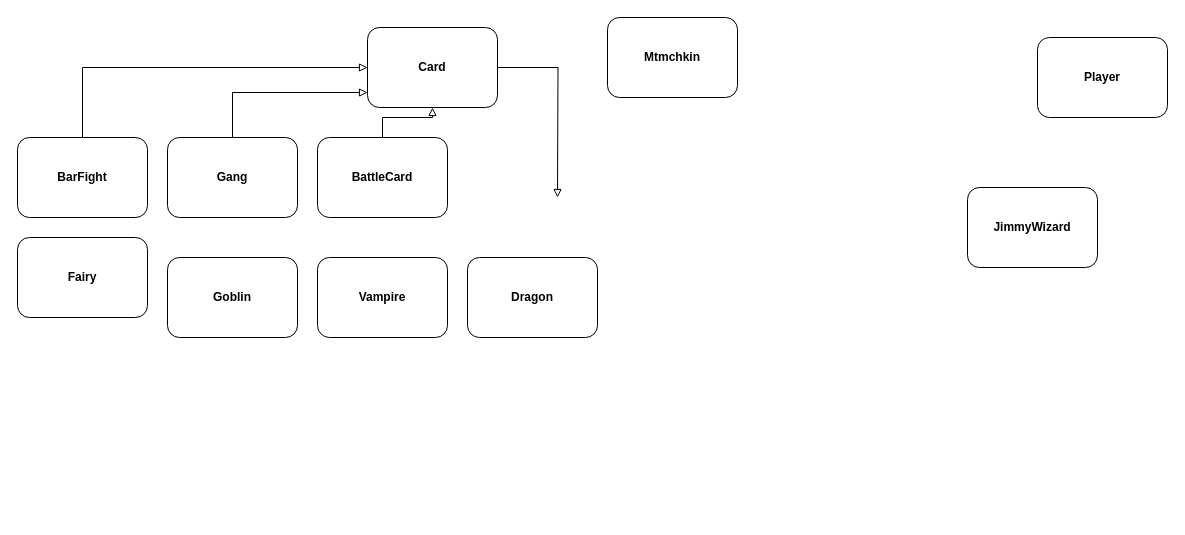
davidplo4545/MatamEx4 keeps this draw.io diagram as Untitled Diagram.drawio. Above is the earlier version. Source tidied: cells renumbered, new cells numbered last; positions are measured from the earlier drawing's top-left corner, leaving out a move shared by most shapes. Both pictures are drawn from the tidied source at 100%, with x=0, y=0 at pixel (17, 17).
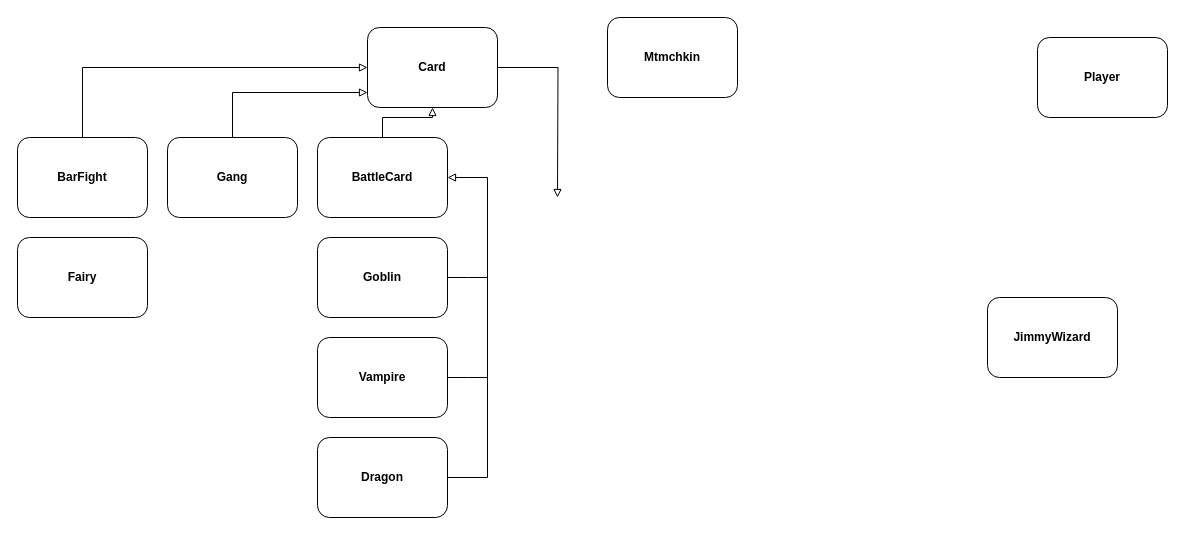
Above is the later version.

Diff of the diagram source:
```diff
@@
+    <mxCell id="17" style="edgeStyle=orthogonalEdgeStyle;rounded=0;jettySize=auto;html=1;fontFamily=Helvetica;endArrow=none;endFill=0;strokeColor=default;" parent="1" edge="1" source="9">
+      <mxGeometry relative="1" as="geometry">
+        <mxPoint x="470" y="360" as="targetPoint" />
+      </mxGeometry>
+    </mxCell>
     <mxCell id="9" value="Vampire" style="rounded=1;whiteSpace=wrap;html=1;fontStyle=1;fontFamily=Helvetica;labelBackgroundColor=none;flipH=1;flipV=1;" parent="1" vertex="1">
-      <mxGeometry x="300" y="240" width="130" height="80" as="geometry" />
+      <mxGeometry x="300" y="320" width="130" height="80" as="geometry" />
     </mxCell>
+    <mxCell id="18" style="edgeStyle=orthogonalEdgeStyle;rounded=0;jettySize=auto;html=1;fontFamily=Helvetica;endArrow=block;endFill=0;strokeColor=default;" parent="1" edge="1" source="10">
+      <mxGeometry relative="1" as="geometry">
+        <mxPoint x="430" y="160" as="targetPoint" />
+        <Array as="points">
+          <mxPoint x="470" y="460" />
+          <mxPoint x="470" y="160" />
+        </Array>
+      </mxGeometry>
+    </mxCell>
     <mxCell id="10" value="Dragon" style="rounded=1;whiteSpace=wrap;html=1;fontStyle=1;fontFamily=Helvetica;labelBackgroundColor=none;flipH=1;flipV=1;" parent="1" vertex="1">
-      <mxGeometry x="450" y="240" width="130" height="80" as="geometry" />
+      <mxGeometry x="300" y="420" width="130" height="80" as="geometry" />
     </mxCell>
+    <mxCell id="19" style="edgeStyle=orthogonalEdgeStyle;rounded=0;jettySize=auto;html=1;fontFamily=Helvetica;endArrow=none;endFill=0;strokeColor=default;" parent="1" edge="1" source="11">
+      <mxGeometry relative="1" as="geometry">
+        <mxPoint x="470" y="260" as="targetPoint" />
+      </mxGeometry>
+    </mxCell>
     <mxCell id="11" value="Goblin" style="rounded=1;whiteSpace=wrap;html=1;fontStyle=1;fontFamily=Helvetica;labelBackgroundColor=none;flipH=1;flipV=1;" parent="1" vertex="1">
-      <mxGeometry x="150" y="240" width="130" height="80" as="geometry" />
+      <mxGeometry x="300" y="220" width="130" height="80" as="geometry" />
     </mxCell>
@@
     <mxCell id="15" value="JimmyWizard" style="rounded=1;whiteSpace=wrap;html=1;fontStyle=1;fontFamily=Helvetica;labelBackgroundColor=none;flipH=1;flipV=1;" parent="1" vertex="1">
-      <mxGeometry x="950" y="170" width="130" height="80" as="geometry" />
+      <mxGeometry x="970" y="280" width="130" height="80" as="geometry" />
     </mxCell>
```
